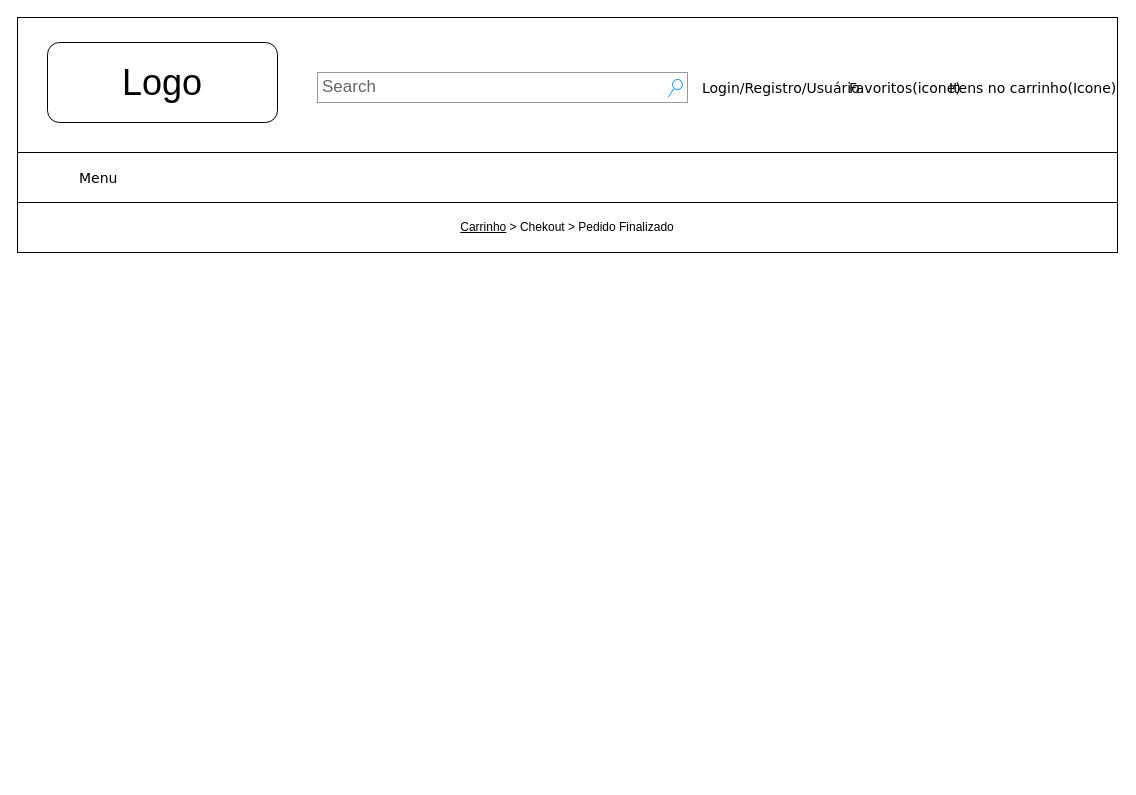
The draw.io diagram page "4. Quem somos" (11 of 16) of wireframe.drawio in pdaambrosio/dh_group_5, before the edit. Source tidied: cells renumbered, new cells numbered last; positions are measured from the earlier drawing's top-left corner, leaving out a move shared by most shapes. Both pictures are drawn from the tidied source at 100%, with x=0, y=0 at pixel (17, 17).
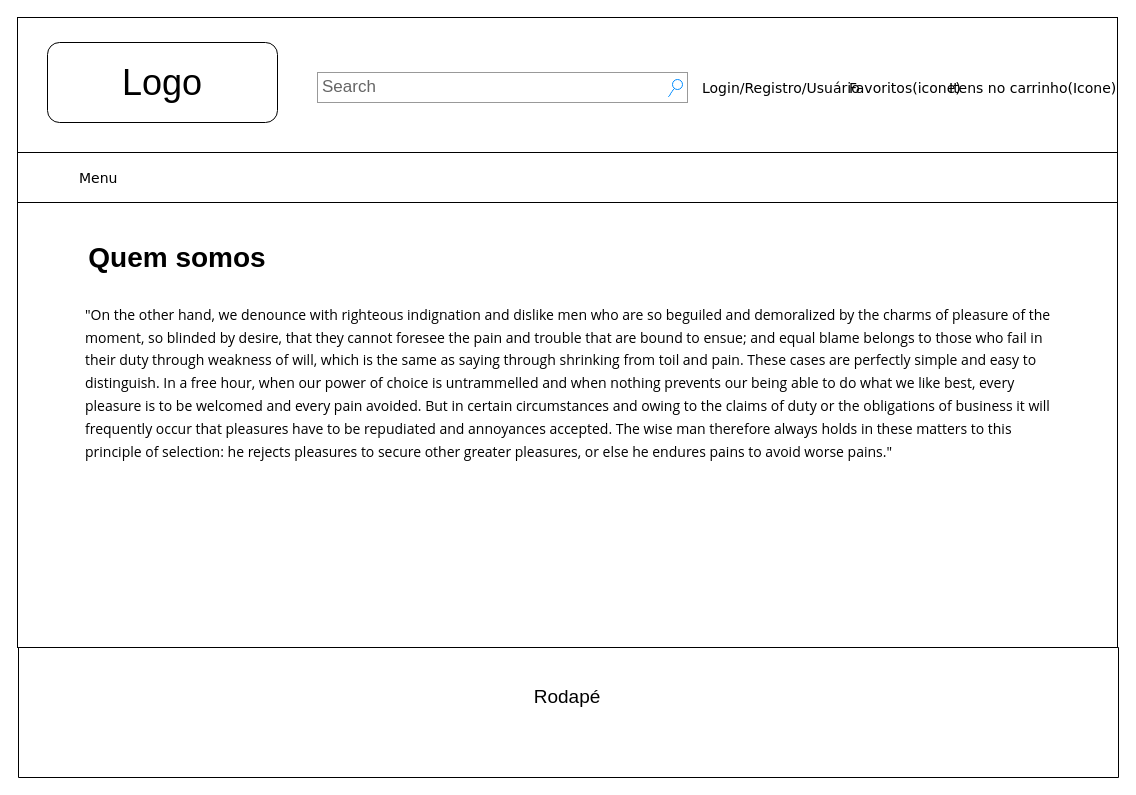
Above is the later version.

Commit message (it also covers changes not shown here):
Quem Somos

What changed in the source:
```diff
@@
 <mxGraphModel>
   <root>
     <mxCell id="0" />
     <mxCell id="1" parent="0" />
     <mxCell id="2" style="rounded=0;whiteSpace=wrap;html=1;" parent="1" vertex="1">
       <mxGeometry y="135" width="1100" height="50" as="geometry" />
     </mxCell>
     <mxCell id="3" style="rounded=0;whiteSpace=wrap;html=1;" parent="1" vertex="1">
       <mxGeometry width="1100" height="135" as="geometry" />
     </mxCell>
     <mxCell id="4" value="Search" style="strokeWidth=1;shadow=0;dashed=0;align=center;html=1;shape=mxgraph.mockup.forms.searchBox;strokeColor=#999999;mainText=;strokeColor2=#008cff;fontColor=#666666;fontSize=17;align=left;spacingLeft=3;rounded=0;labelBackgroundColor=none;comic=1;" parent="1" vertex="1">
       <mxGeometry x="300" y="55" width="370" height="30" as="geometry" />
     </mxCell>
     <mxCell id="5" value="Login/Registro/Usuário" style="text;html=1;align=left;verticalAlign=top;spacingTop=-4;fontSize=14;fontFamily=Verdana;" parent="1" vertex="1">
       <mxGeometry x="683" y="60" width="60" height="20" as="geometry" />
     </mxCell>
     <mxCell id="6" value="Favoritos(icone)" style="text;html=1;align=left;verticalAlign=top;spacingTop=-4;fontSize=14;fontFamily=Verdana;" parent="1" vertex="1">
       <mxGeometry x="830" y="60" width="60" height="20" as="geometry" />
     </mxCell>
     <mxCell id="7" value="Itens no carrinho(Icone)" style="text;html=1;align=left;verticalAlign=top;spacingTop=-4;fontSize=14;fontFamily=Verdana;" parent="1" vertex="1">
       <mxGeometry x="930" y="60" width="60" height="20" as="geometry" />
     </mxCell>
     <mxCell id="8" value="Menu" style="text;html=1;align=left;verticalAlign=top;spacingTop=-4;fontSize=14;fontFamily=Verdana;" parent="1" vertex="1">
       <mxGeometry x="60" y="150" width="60" height="20" as="geometry" />
     </mxCell>
     <mxCell id="9" value="&lt;font style=&quot;font-size: 36px&quot;&gt;Logo&lt;/font&gt;" style="rounded=1;whiteSpace=wrap;html=1;" parent="1" vertex="1">
       <mxGeometry x="30" y="25" width="230" height="80" as="geometry" />
     </mxCell>
-    <mxCell id="10" value="&lt;u&gt;Carrinho&lt;/u&gt; &amp;gt; Chekout &amp;gt; Pedido Finalizado" style="rounded=0;whiteSpace=wrap;html=1;" parent="1" vertex="1">
-      <mxGeometry y="185" width="1100" height="50" as="geometry" />
+    <mxCell id="10" style="rounded=0;whiteSpace=wrap;html=1;" parent="1" vertex="1">
+      <mxGeometry y="185" width="1100" height="445" as="geometry" />
     </mxCell>
+    <mxCell id="11" style="verticalLabelPosition=bottom;verticalAlign=top;html=1;shape=mxgraph.basic.rect;fillColor2=none;strokeWidth=1;size=20;indent=5;" parent="1" vertex="1">
+      <mxGeometry x="1" y="630" width="1100" height="130" as="geometry" />
+    </mxCell>
+    <mxCell id="12" value="&lt;span style=&quot;font-family: &amp;quot;open sans&amp;quot;, arial, sans-serif; font-size: 14px;&quot;&gt;&quot;On the other hand, we denounce with righteous indignation and dislike men who are so beguiled and demoralized by the charms of pleasure of the moment, so blinded by desire, that they cannot foresee the pain and trouble that are bound to ensue; and equal blame belongs to those who fail in their duty through weakness of will, which is the same as saying through shrinking from toil and pain. These cases are perfectly simple and easy to distinguish. In a free hour, when our power of choice is untrammelled and when nothing prevents our being able to do what we like best, every pleasure is to be welcomed and every pain avoided. But in certain circumstances and owing to the claims of duty or the obligations of business it will frequently occur that pleasures have to be repudiated and annoyances accepted. The wise man therefore always holds in these matters to this principle of selection: he rejects pleasures to secure other greater pleasures, or else he endures pains to avoid worse pains.&quot;&lt;/span&gt;" style="text;html=1;strokeColor=none;fillColor=none;align=left;verticalAlign=middle;whiteSpace=wrap;rounded=0;labelBackgroundColor=#FFFFFF;fontSize=19;" parent="1" vertex="1">
+      <mxGeometry x="66" y="220" width="970" height="290" as="geometry" />
+    </mxCell>
+    <mxCell id="13" value="&lt;h1&gt;&lt;font style=&quot;font-size: 28px&quot;&gt;Quem somos&lt;/font&gt;&lt;/h1&gt;" style="text;html=1;strokeColor=none;fillColor=none;spacing=5;spacingTop=-20;whiteSpace=wrap;overflow=hidden;rounded=0;labelBackgroundColor=#FFFFFF;fontSize=19;align=center;" parent="1" vertex="1">
+      <mxGeometry x="35" y="200" width="250" height="100" as="geometry" />
+    </mxCell>
+    <mxCell id="14" value="Rodapé" style="text;html=1;strokeColor=none;fillColor=none;align=center;verticalAlign=middle;whiteSpace=wrap;rounded=0;labelBackgroundColor=#FFFFFF;fontSize=19;" parent="1" vertex="1">
+      <mxGeometry x="460" y="670" width="180" height="20" as="geometry" />
+    </mxCell>
   </root>
 </mxGraphModel>
```
